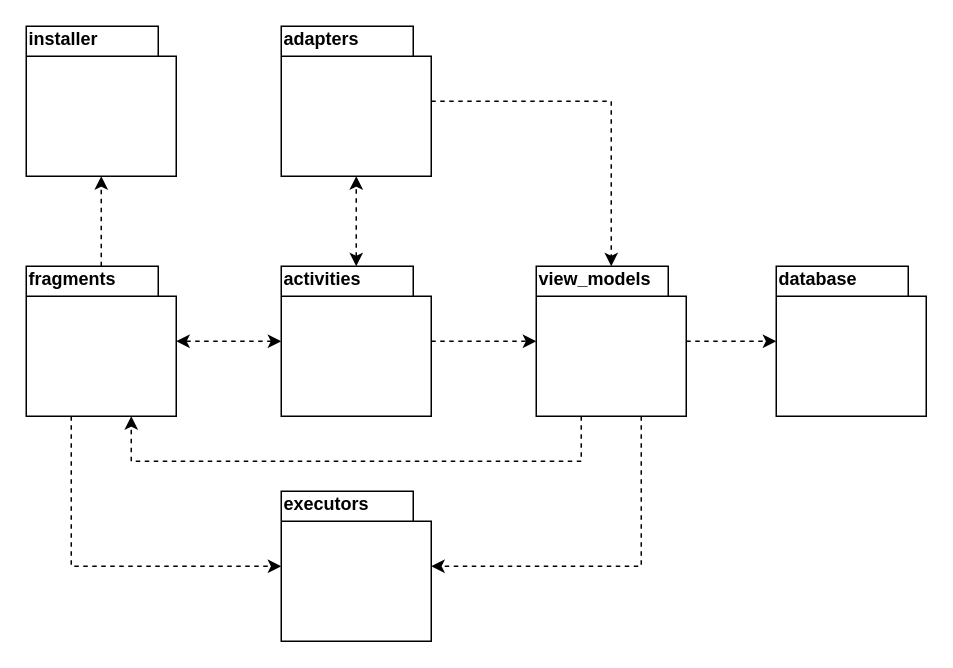
Above: obrazky-figures/drawio/package_diagram.drawio in MarekPetr/BP (draw.io), before the change. Source tidied: cells renumbered, new cells numbered last; positions are measured from the earlier drawing's top-left corner, leaving out a move shared by most shapes. Both pictures are drawn from the tidied source at 150%, with x=0, y=0 at pixel (26, 26).
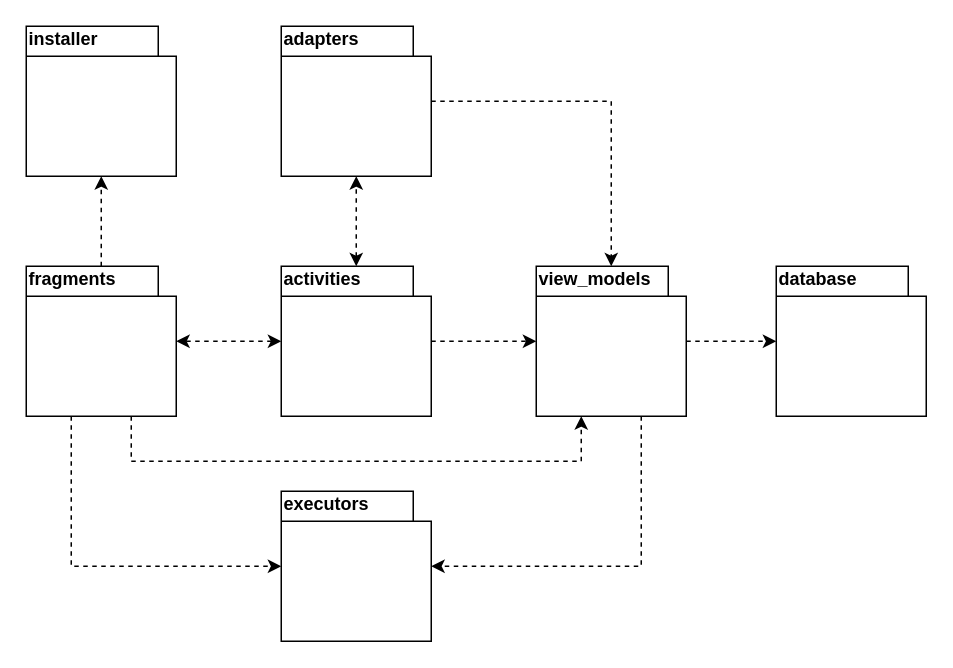
After the change.

Commit message (it also covers changes not shown here):
Aktualizace package diagramu

The change refers to these unchanged cells:
```xml
<mxCell id="8" value="view_models" style="shape=folder;fontStyle=1;spacingTop=-5;tabWidth=88;tabHeight=20;tabPosition=left;html=1;verticalAlign=top;align=left;" parent="1" vertex="1">
  <mxGeometry x="340" y="160" width="100" height="100" as="geometry" />
</mxCell>
<mxCell id="13" value="fragments" style="shape=folder;fontStyle=1;spacingTop=-5;tabWidth=88;tabHeight=20;tabPosition=left;html=1;verticalAlign=top;align=left;" parent="1" vertex="1">
  <mxGeometry y="160" width="100" height="100" as="geometry" />
</mxCell>
```

Change to the diagram source:
```diff
@@
-    <mxCell id="7" style="edgeStyle=orthogonalEdgeStyle;rounded=0;jettySize=auto;html=1;dashed=1;" parent="1" edge="1" source="8" target="13">
-      <mxGeometry relative="1" as="geometry">
-        <Array as="points">
-          <mxPoint x="370" y="290" />
-          <mxPoint x="70" y="290" />
-        </Array>
-      </mxGeometry>
-    </mxCell>
@@
+    <mxCell id="18" style="edgeStyle=orthogonalEdgeStyle;rounded=0;jettySize=auto;html=1;dashed=1;" parent="1" edge="1" source="13" target="8">
+      <mxGeometry relative="1" as="geometry">
+        <Array as="points">
+          <mxPoint x="70" y="290" />
+          <mxPoint x="370" y="290" />
+        </Array>
+      </mxGeometry>
+    </mxCell>
```
